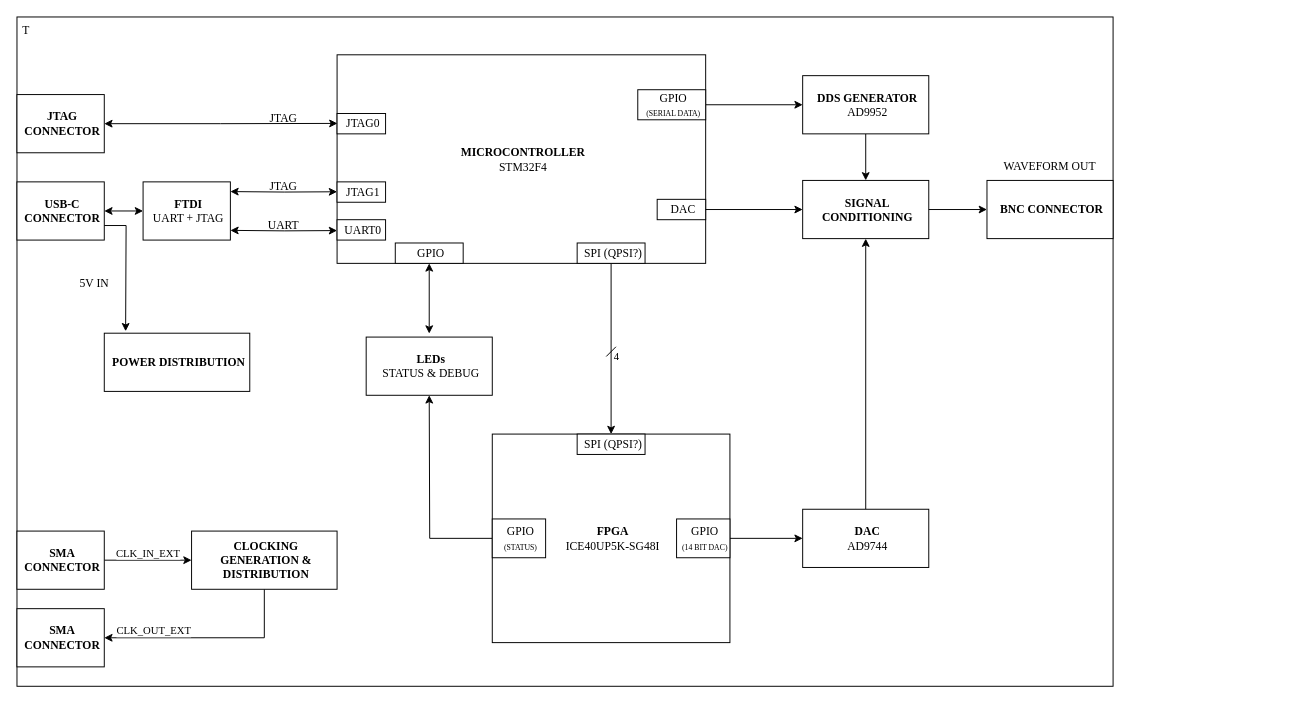
brzyzek/arb keeps this draw.io diagram as page "Hardware Overview" (1 of 4) of 1_hw/01_block_diagram/arb.drawio. Above is the earlier version. Source tidied: cells renumbered, new cells numbered last; positions are measured from the earlier drawing's top-left corner, leaving out a move shared by most shapes. Both pictures are drawn from the tidied source at 97%, with x=0, y=0 at pixel (16, 16).
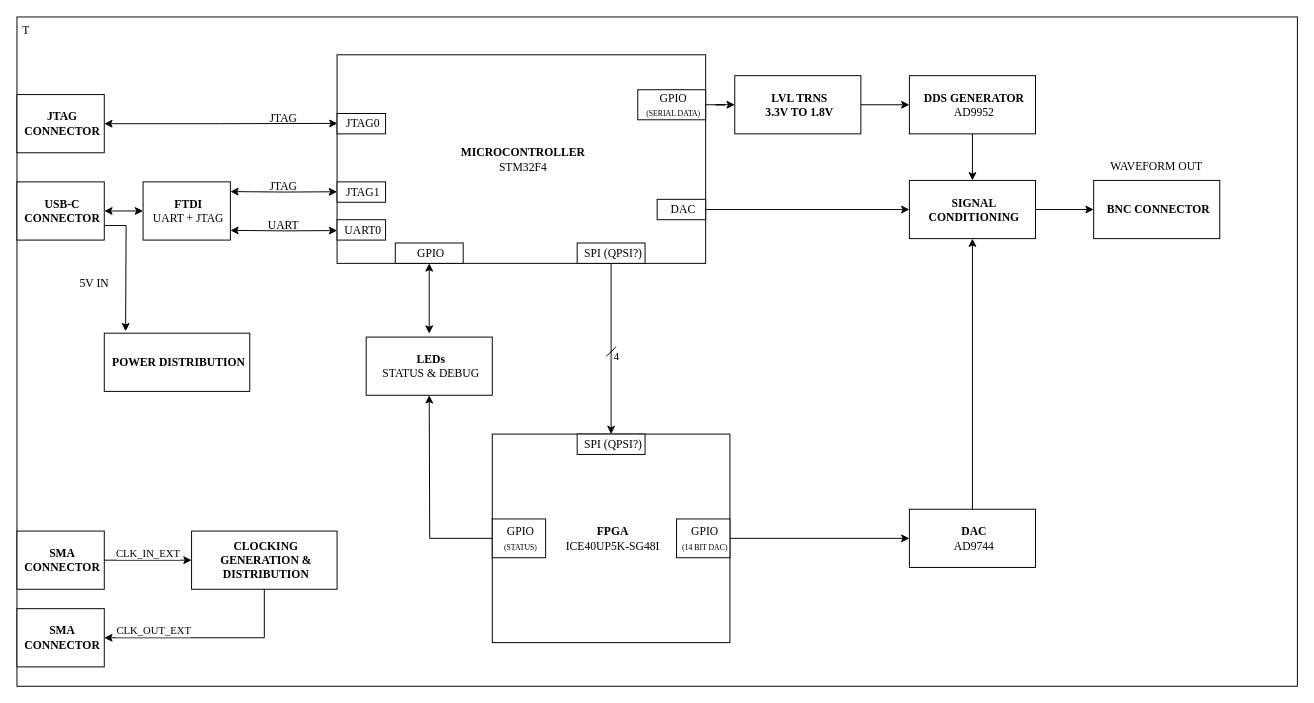
The same diagram, later.

The change refers to these unchanged cells:
```xml
<mxCell id="45" value="&lt;font style=&quot;&quot;&gt;&lt;span style=&quot;font-size: 12px;&quot;&gt;GPIO &lt;br&gt;&lt;/span&gt;&lt;font style=&quot;font-size: 8px;&quot;&gt;(SERIAL DATA)&lt;/font&gt;&lt;br style=&quot;font-size: 12px;&quot;&gt;&lt;/font&gt;" style="rounded=0;whiteSpace=wrap;html=1;align=center;verticalAlign=middle;labelPosition=center;verticalLabelPosition=middle;spacing=2;spacingLeft=4;fontFamily=Times New Roman;fontStyle=0;fontSize=12;" parent="1" vertex="1">
  <mxGeometry x="640" y="75" width="70" height="31" as="geometry" />
</mxCell>
```

Diff of the diagram source:
```diff
@@
     <mxCell id="2" value="T" style="rounded=0;whiteSpace=wrap;html=1;align=left;verticalAlign=top;labelPosition=center;verticalLabelPosition=middle;spacing=2;spacingLeft=4;fontFamily=Times New Roman;" parent="1" vertex="1">
-      <mxGeometry width="1130" height="690" as="geometry" />
+      <mxGeometry width="1320" height="690" as="geometry" />
     </mxCell>
@@
     <mxCell id="25" value="&lt;b&gt;SIGNAL CONDITIONING&lt;/b&gt;" style="rounded=0;whiteSpace=wrap;html=1;align=center;verticalAlign=middle;labelPosition=center;verticalLabelPosition=middle;spacing=2;spacingLeft=4;fontFamily=Times New Roman;" parent="1" vertex="1">
-      <mxGeometry x="810" y="168.5" width="130" height="60" as="geometry" />
+      <mxGeometry x="920" y="168.5" width="130" height="60" as="geometry" />
     </mxCell>
@@
     <mxCell id="27" value="&lt;font&gt;&lt;b&gt;BNC CONNECTOR&lt;/b&gt;&lt;br&gt;&lt;/font&gt;" style="rounded=0;whiteSpace=wrap;html=1;align=center;verticalAlign=middle;labelPosition=center;verticalLabelPosition=middle;spacing=2;spacingLeft=4;fontFamily=Times New Roman;" parent="1" vertex="1">
-      <mxGeometry x="1000" y="168.5" width="130" height="60" as="geometry" />
+      <mxGeometry x="1110" y="168.5" width="130" height="60" as="geometry" />
     </mxCell>
@@
     <mxCell id="41" value="&lt;b&gt;DAC&lt;/b&gt;&lt;div&gt;AD9744&lt;/div&gt;" style="rounded=0;whiteSpace=wrap;html=1;align=center;verticalAlign=middle;labelPosition=center;verticalLabelPosition=middle;spacing=2;spacingLeft=4;fontFamily=Times New Roman;" parent="1" vertex="1">
-      <mxGeometry x="810" y="507.5" width="130" height="60" as="geometry" />
+      <mxGeometry x="920" y="507.5" width="130" height="60" as="geometry" />
     </mxCell>
@@
     <mxCell id="43" value="&lt;b&gt;DDS GENERATOR&lt;/b&gt;&lt;div&gt;AD9952&lt;/div&gt;" style="rounded=0;whiteSpace=wrap;html=1;align=center;verticalAlign=middle;labelPosition=center;verticalLabelPosition=middle;spacing=2;spacingLeft=4;fontFamily=Times New Roman;" parent="1" vertex="1">
-      <mxGeometry x="810" y="60.5" width="130" height="60" as="geometry" />
+      <mxGeometry x="920" y="60.5" width="130" height="60" as="geometry" />
     </mxCell>
-    <mxCell id="44" style="edgeStyle=orthogonalEdgeStyle;rounded=0;jettySize=auto;html=1;fontFamily=Times New Roman;" parent="1" edge="1" source="45" target="43">
-      <mxGeometry relative="1" as="geometry" />
-    </mxCell>
+    <mxCell id="52" style="edgeStyle=orthogonalEdgeStyle;rounded=0;jettySize=auto;html=1;" parent="1" edge="1" source="45" target="54">
+      <mxGeometry relative="1" as="geometry" />
+    </mxCell>
@@
     <mxCell id="51" value="WAVEFORM OUT" style="text;strokeColor=none;align=center;fillColor=none;html=1;verticalAlign=middle;whiteSpace=wrap;rounded=0;fontFamily=Times New Roman;fontSize=12;fontColor=default;" parent="1" vertex="1">
-      <mxGeometry x="1000" y="138.5" width="130" height="30" as="geometry" />
+      <mxGeometry x="1110" y="138.5" width="130" height="30" as="geometry" />
     </mxCell>
+    <mxCell id="53" style="edgeStyle=orthogonalEdgeStyle;rounded=0;jettySize=auto;html=1;" parent="1" edge="1" source="54" target="43">
+      <mxGeometry relative="1" as="geometry" />
+    </mxCell>
+    <mxCell id="54" value="&lt;b&gt;LVL TRNS&lt;/b&gt;&lt;div&gt;&lt;b&gt;3.3V TO 1.8V&lt;/b&gt;&lt;/div&gt;" style="rounded=0;whiteSpace=wrap;html=1;align=center;verticalAlign=middle;labelPosition=center;verticalLabelPosition=middle;spacing=2;spacingLeft=4;fontFamily=Times New Roman;" parent="1" vertex="1">
+      <mxGeometry x="740" y="60.5" width="130" height="60" as="geometry" />
+    </mxCell>
```
